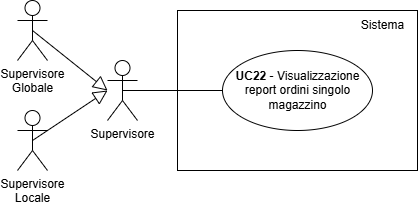
Before: documents/rtb/assets/UC22.png, a diagram exported from draw.io (teamcodealchemists/docs). Source tidied: cells renumbered, new cells last; positions are measured from the earlier drawing's top-left corner, leaving out a move shared by most shapes. Its diagram source:
```xml
<mxGraphModel>
  <root>
    <mxCell id="0" />
    <mxCell id="1" parent="0" />
    <mxCell id="2" style="rounded=0;whiteSpace=wrap;html=1;" parent="1" vertex="1">
      <mxGeometry x="160" y="10" width="240" height="160" as="geometry" />
    </mxCell>
    <mxCell id="3" value="Sistema" style="text;html=1;align=center;verticalAlign=middle;strokeColor=none;fillColor=none;" parent="1" vertex="1">
      <mxGeometry x="330" y="10" width="70" height="30" as="geometry" />
    </mxCell>
    <mxCell id="4" style="ellipse;whiteSpace=wrap;html=1;fontStyle=1;" parent="1" vertex="1">
      <mxGeometry x="205" y="50" width="150" height="80" as="geometry" />
    </mxCell>
    <mxCell id="5" value="&lt;b&gt;UC22&amp;nbsp;&lt;/b&gt;- Visualizzazione&lt;div&gt;report ordini singolo&lt;/div&gt;&lt;div&gt;magazzino&lt;/div&gt;" style="text;html=1;align=center;verticalAlign=middle;strokeColor=none;fillColor=none;" parent="1" vertex="1">
      <mxGeometry x="205" y="60" width="150" height="60" as="geometry" />
    </mxCell>
    <mxCell id="6" style="endArrow=none;html=1;rounded=0;entryX=0;entryY=0.5;entryDx=0;entryDy=0;exitX=0.5;exitY=0.5;exitDx=0;exitDy=0;exitPerimeter=0;" parent="1" edge="1" source="7" target="4">
      <mxGeometry relative="1" as="geometry" />
    </mxCell>
    <mxCell id="7" value="Supervisore" style="shape=umlActor;verticalLabelPosition=bottom;verticalAlign=top;html=1;outlineConnect=0;" parent="1" vertex="1">
      <mxGeometry x="90" y="60" width="30" height="60" as="geometry" />
    </mxCell>
    <mxCell id="8" value="Supervisore&lt;div&gt;Globale&lt;/div&gt;" style="shape=umlActor;verticalLabelPosition=bottom;verticalAlign=top;html=1;outlineConnect=0;" parent="1" vertex="1">
      <mxGeometry width="30" height="60" as="geometry" />
    </mxCell>
    <mxCell id="9" value="Supervisore&lt;div&gt;Locale&lt;/div&gt;" style="shape=umlActor;verticalLabelPosition=bottom;verticalAlign=top;html=1;outlineConnect=0;" parent="1" vertex="1">
      <mxGeometry y="110" width="30" height="60" as="geometry" />
    </mxCell>
    <mxCell id="10" style="endArrow=block;html=1;rounded=0;exitX=0.5;exitY=0.5;exitDx=0;exitDy=0;exitPerimeter=0;endFill=0;endSize=12;" parent="1" edge="1" source="8">
      <mxGeometry relative="1" as="geometry">
        <mxPoint x="90" y="90" as="targetPoint" />
      </mxGeometry>
    </mxCell>
    <mxCell id="11" style="endArrow=block;html=1;rounded=0;exitX=0.5;exitY=0.5;exitDx=0;exitDy=0;exitPerimeter=0;endFill=0;endSize=12;" parent="1" edge="1" source="9">
      <mxGeometry relative="1" as="geometry">
        <mxPoint x="90" y="90" as="targetPoint" />
      </mxGeometry>
    </mxCell>
  </root>
</mxGraphModel>
```
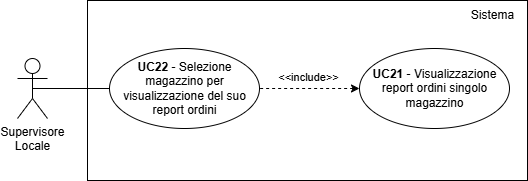
Above is the later version.

Diff of the diagram source:
```diff
@@ -1,40 +1,38 @@
 <mxGraphModel>
   <root>
-    <mxCell id="0" />
-    <mxCell id="1" parent="0" />
-    <mxCell id="2" style="rounded=0;whiteSpace=wrap;html=1;" parent="1" vertex="1">
-      <mxGeometry x="160" y="10" width="240" height="160" as="geometry" />
-    </mxCell>
+    <mxCell id="12" />
+    <mxCell id="13" parent="12" />
+    <mxCell id="9" value="Supervisore&lt;div&gt;Locale&lt;/div&gt;" style="shape=umlActor;verticalLabelPosition=bottom;verticalAlign=top;html=1;outlineConnect=0;" parent="13" vertex="1">
+      <mxGeometry x="-70" y="-52" width="30" height="60" as="geometry" />
+    </mxCell>
+    <mxCell id="14" style="rounded=0;whiteSpace=wrap;html=1;" parent="13" vertex="1">
+      <mxGeometry y="-110" width="440" height="180" as="geometry" />
+    </mxCell>
+    <mxCell id="15" style="ellipse;whiteSpace=wrap;html=1;fontStyle=1;" parent="13" vertex="1">
+      <mxGeometry x="22" y="-62" width="150" height="80" as="geometry" />
+    </mxCell>
+    <mxCell id="16" value="&lt;b&gt;UC22&amp;nbsp;&lt;/b&gt;- Selezione&lt;div&gt;magazzino per&lt;/div&gt;&lt;div&gt;visualizzazione del suo&lt;/div&gt;&lt;div&gt;report ordini&lt;/div&gt;" style="text;html=1;align=center;verticalAlign=middle;strokeColor=none;fillColor=none;" parent="13" vertex="1">
+      <mxGeometry x="22" y="-57" width="150" height="70" as="geometry" />
+    </mxCell>
+    <mxCell id="17" style="endArrow=none;html=1;rounded=0;entryX=0;entryY=0.5;entryDx=0;entryDy=0;exitX=0.5;exitY=0.5;exitDx=0;exitDy=0;exitPerimeter=0;" parent="13" edge="1" source="9" target="15">
+      <mxGeometry relative="1" as="geometry" />
+    </mxCell>
+    <mxCell id="18" style="edgeStyle=orthogonalEdgeStyle;rounded=0;jettySize=auto;html=1;entryX=1;entryY=0.5;entryDx=0;entryDy=0;dashed=1;startArrow=classic;startFill=1;endArrow=none;" parent="13" edge="1" source="20" target="15">
+      <mxGeometry relative="1" as="geometry" />
+    </mxCell>
+    <mxCell id="19" value="&amp;lt;&amp;lt;include&amp;gt;&amp;gt;" style="edgeLabel;html=1;align=center;verticalAlign=middle;" parent="18" vertex="1">
+      <mxGeometry x="-0.17" y="-3" relative="1" as="geometry">
+        <mxPoint x="-11" y="-9" as="offset" />
+      </mxGeometry>
+    </mxCell>
+    <mxCell id="20" style="ellipse;whiteSpace=wrap;html=1;fontStyle=1;" parent="13" vertex="1">
+      <mxGeometry x="272" y="-62" width="150" height="80" as="geometry" />
+    </mxCell>
+    <mxCell id="21" value="&lt;b&gt;UC21&amp;nbsp;&lt;/b&gt;- Visualizzazione&lt;div&gt;report ordini singolo&lt;/div&gt;&lt;div&gt;magazzino&lt;/div&gt;" style="text;html=1;align=center;verticalAlign=middle;strokeColor=none;fillColor=none;" parent="13" vertex="1">
+      <mxGeometry x="272" y="-52" width="150" height="60" as="geometry" />
+    </mxCell>
-    <mxCell id="3" value="Sistema" style="text;html=1;align=center;verticalAlign=middle;strokeColor=none;fillColor=none;" parent="1" vertex="1">
-      <mxGeometry x="330" y="10" width="70" height="30" as="geometry" />
+    <mxCell id="3" value="Sistema" style="text;html=1;align=center;verticalAlign=middle;strokeColor=none;fillColor=none;" parent="13" vertex="1">
+      <mxGeometry x="370" y="-110" width="70" height="30" as="geometry" />
     </mxCell>
-    <mxCell id="4" style="ellipse;whiteSpace=wrap;html=1;fontStyle=1;" parent="1" vertex="1">
-      <mxGeometry x="205" y="50" width="150" height="80" as="geometry" />
-    </mxCell>
-    <mxCell id="5" value="&lt;b&gt;UC22&amp;nbsp;&lt;/b&gt;- Visualizzazione&lt;div&gt;report ordini singolo&lt;/div&gt;&lt;div&gt;magazzino&lt;/div&gt;" style="text;html=1;align=center;verticalAlign=middle;strokeColor=none;fillColor=none;" parent="1" vertex="1">
-      <mxGeometry x="205" y="60" width="150" height="60" as="geometry" />
-    </mxCell>
-    <mxCell id="6" style="endArrow=none;html=1;rounded=0;entryX=0;entryY=0.5;entryDx=0;entryDy=0;exitX=0.5;exitY=0.5;exitDx=0;exitDy=0;exitPerimeter=0;" parent="1" edge="1" source="7" target="4">
-      <mxGeometry relative="1" as="geometry" />
-    </mxCell>
-    <mxCell id="7" value="Supervisore" style="shape=umlActor;verticalLabelPosition=bottom;verticalAlign=top;html=1;outlineConnect=0;" parent="1" vertex="1">
-      <mxGeometry x="90" y="60" width="30" height="60" as="geometry" />
-    </mxCell>
-    <mxCell id="8" value="Supervisore&lt;div&gt;Globale&lt;/div&gt;" style="shape=umlActor;verticalLabelPosition=bottom;verticalAlign=top;html=1;outlineConnect=0;" parent="1" vertex="1">
-      <mxGeometry width="30" height="60" as="geometry" />
-    </mxCell>
-    <mxCell id="9" value="Supervisore&lt;div&gt;Locale&lt;/div&gt;" style="shape=umlActor;verticalLabelPosition=bottom;verticalAlign=top;html=1;outlineConnect=0;" parent="1" vertex="1">
-      <mxGeometry y="110" width="30" height="60" as="geometry" />
-    </mxCell>
-    <mxCell id="10" style="endArrow=block;html=1;rounded=0;exitX=0.5;exitY=0.5;exitDx=0;exitDy=0;exitPerimeter=0;endFill=0;endSize=12;" parent="1" edge="1" source="8">
-      <mxGeometry relative="1" as="geometry">
-        <mxPoint x="90" y="90" as="targetPoint" />
-      </mxGeometry>
-    </mxCell>
-    <mxCell id="11" style="endArrow=block;html=1;rounded=0;exitX=0.5;exitY=0.5;exitDx=0;exitDy=0;exitPerimeter=0;endFill=0;endSize=12;" parent="1" edge="1" source="9">
-      <mxGeometry relative="1" as="geometry">
-        <mxPoint x="90" y="90" as="targetPoint" />
-      </mxGeometry>
-    </mxCell>
   </root>
 </mxGraphModel>
```
